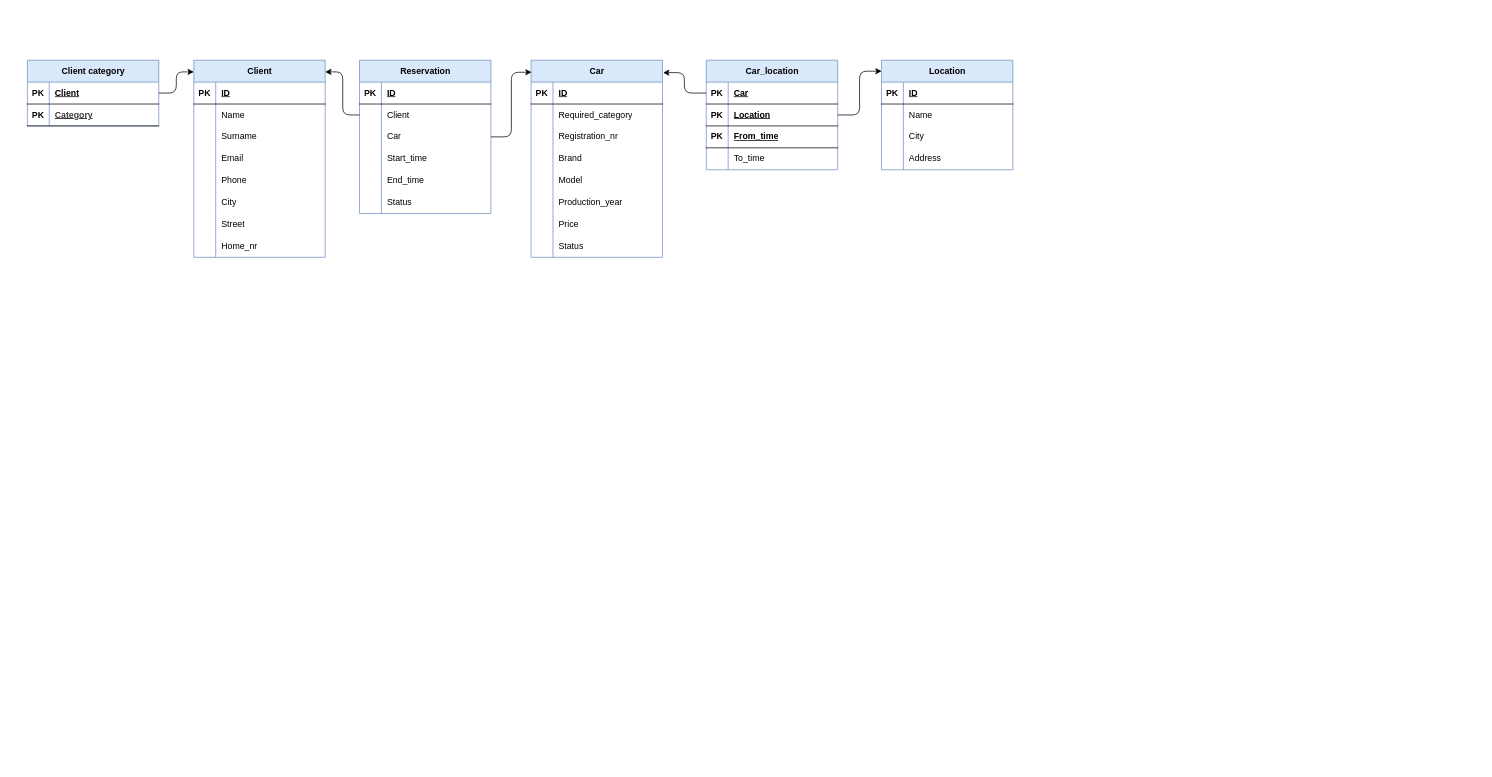
The draw.io diagram 2/docs/relational-schema.drawio in Makar1y/DBMS, before the edit. Source tidied: cells renumbered, new cells numbered last; positions are measured from the earlier drawing's top-left corner, leaving out a move shared by most shapes. Both pictures are drawn from the tidied source at 73%, with x=0, y=0 at pixel (20, 34).
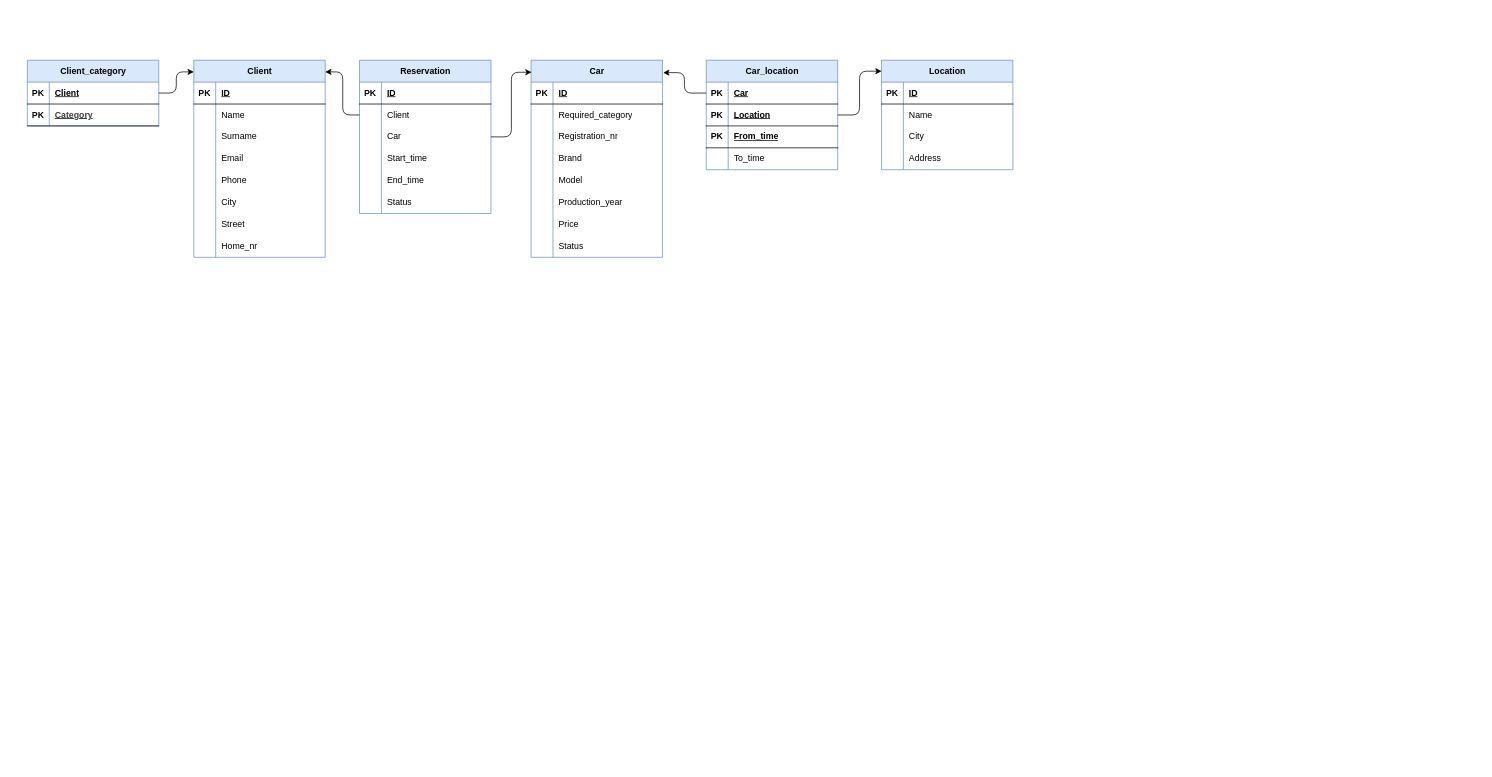
The same diagram, later.

What changed in the source:
```diff
@@
     <mxCell id="2" style="rounded=0;whiteSpace=wrap;html=1;fillColor=#ffffff;strokeColor=none;" parent="1" vertex="1">
-      <mxGeometry width="2000" height="1000" as="geometry" />
+      <mxGeometry x="-10" y="-30" width="1400" height="400" as="geometry" />
     </mxCell>
-    <mxCell id="3" value="Client category" style="shape=table;startSize=30;childLayout=tableLayout;rowLines=0;fontStyle=1;align=center;html=1;fillColor=#dae8fc;strokeColor=#6c8ebf;" parent="1" vertex="1">
+    <mxCell id="3" value="Client_category" style="shape=table;startSize=30;childLayout=tableLayout;rowLines=0;fontStyle=1;align=center;html=1;fillColor=#dae8fc;strokeColor=#6c8ebf;" parent="1" vertex="1">
       <mxGeometry x="10" y="35" width="180" height="90" as="geometry" />
     </mxCell>
```
